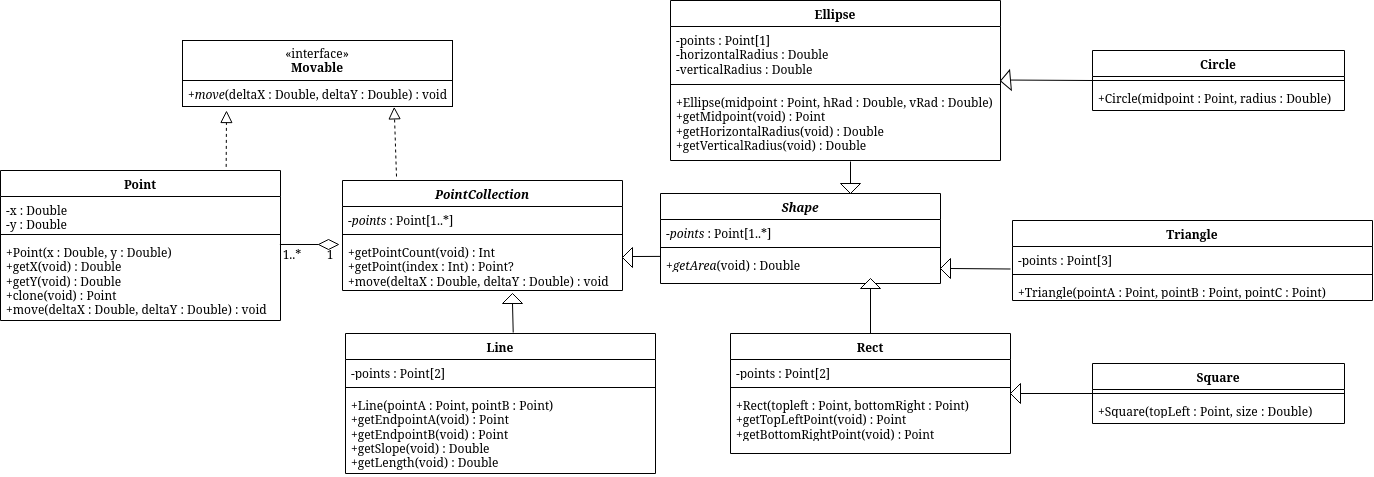
Before: UML.png, a diagram exported from draw.io (BrodySteidley/cs5700.1). Source tidied: cells renumbered, new cells last; positions are measured from the earlier drawing's top-left corner, leaving out a move shared by most shapes.
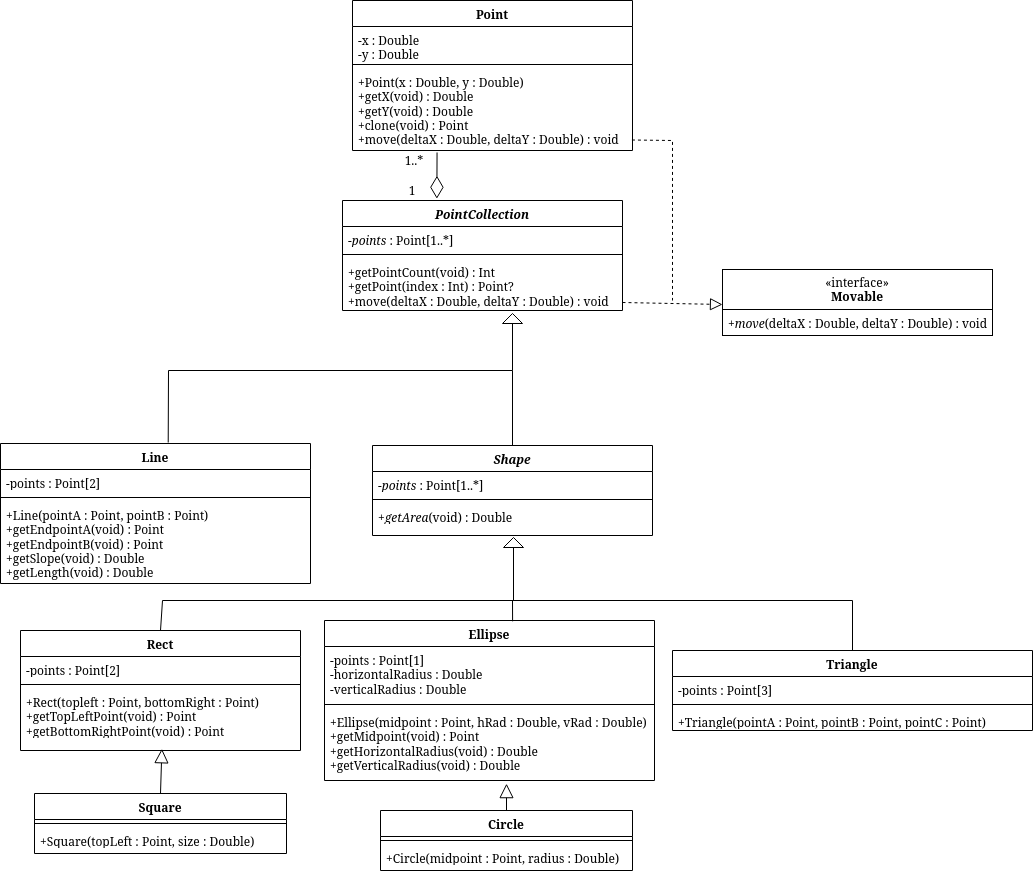
The same diagram one commit later.

Commit message:
reformat UML

Change to the diagram source:
```diff
@@ -3,7 +3,7 @@
     <mxCell id="0" />
     <mxCell id="1" parent="0" />
     <mxCell id="2" value="Point" style="swimlane;fontStyle=1;align=center;verticalAlign=top;horizontal=1;startSize=26;whiteSpace=wrap;html=1;" parent="1" vertex="1">
-      <mxGeometry y="170" width="280" height="150" as="geometry" />
+      <mxGeometry x="352" y="-20" width="280" height="150" as="geometry" />
     </mxCell>
     <mxCell id="3" value="&lt;div&gt;-x : Double&lt;/div&gt;&lt;div&gt;-y : Double&lt;/div&gt;" style="text;strokeColor=none;fillColor=none;align=left;verticalAlign=top;spacingLeft=4;spacingRight=4;overflow=hidden;whiteSpace=wrap;html=1;" parent="2" vertex="1">
       <mxGeometry y="26" width="280" height="34" as="geometry" />
@@ -15,7 +15,7 @@
       <mxGeometry y="68" width="280" height="82" as="geometry" />
     </mxCell>
     <mxCell id="6" value="Line" style="swimlane;fontStyle=1;align=center;verticalAlign=top;horizontal=1;startSize=26;whiteSpace=wrap;html=1;" parent="1" vertex="1">
-      <mxGeometry x="345" y="333" width="310" height="140" as="geometry" />
+      <mxGeometry y="423" width="310" height="140" as="geometry" />
     </mxCell>
     <mxCell id="7" value="-points : Point[2]" style="text;strokeColor=none;fillColor=none;align=left;verticalAlign=top;spacingLeft=4;spacingRight=4;overflow=hidden;whiteSpace=wrap;html=1;" parent="6" vertex="1">
       <mxGeometry y="26" width="310" height="24" as="geometry" />
@@ -27,7 +27,7 @@
       <mxGeometry y="58" width="310" height="82" as="geometry" />
     </mxCell>
     <mxCell id="10" value="Rect" style="swimlane;fontStyle=1;align=center;verticalAlign=top;horizontal=1;startSize=26;whiteSpace=wrap;html=1;" parent="1" vertex="1">
-      <mxGeometry x="730" y="333" width="280" height="120" as="geometry" />
+      <mxGeometry x="20" y="610" width="280" height="120" as="geometry" />
     </mxCell>
     <mxCell id="11" value="-points : Point[2]" style="text;strokeColor=none;fillColor=none;align=left;verticalAlign=top;spacingLeft=4;spacingRight=4;overflow=hidden;whiteSpace=wrap;html=1;" parent="10" vertex="1">
       <mxGeometry y="26" width="280" height="24" as="geometry" />
@@ -38,22 +38,16 @@
     <mxCell id="13" value="&lt;div&gt;+Rect(topleft : Point, bottomRight : Point)&lt;/div&gt;&lt;div&gt;+getTopLeftPoint(void) : Point&lt;/div&gt;&lt;div&gt;+getBottomRightPoint(void) : Point&lt;/div&gt;" style="text;strokeColor=none;fillColor=none;align=left;verticalAlign=top;spacingLeft=4;spacingRight=4;overflow=hidden;points=[[0,0.5],[1,0.5]];portConstraint=eastwest;whiteSpace=wrap;html=1;" parent="10" vertex="1">
       <mxGeometry y="58" width="280" height="62" as="geometry" />
     </mxCell>
-    <mxCell id="14" style="rhombus;whiteSpace=wrap;html=1;direction=west;" parent="1" vertex="1">
-      <mxGeometry x="318" y="239" width="20" height="10" as="geometry" />
-    </mxCell>
-    <mxCell id="15" style="endArrow=none;html=1;rounded=0;entryX=1;entryY=0.5;entryDx=0;entryDy=0;exitX=1.005;exitY=1.068;exitDx=0;exitDy=0;exitPerimeter=0;" parent="1" edge="1" target="14">
-      <mxGeometry relative="1" as="geometry">
-        <mxPoint x="279.4" y="244" as="sourcePoint" />
-      </mxGeometry>
+    <mxCell id="15" style="endArrow=diamondThin;html=1;rounded=0;entryX=0.337;entryY=-0.016;entryDx=0;entryDy=0;exitX=0.302;exitY=1.024;exitDx=0;exitDy=0;exitPerimeter=0;entryPerimeter=0;endFill=0;endSize=20;" parent="1" edge="1" source="5" target="46">
+      <mxGeometry relative="1" as="geometry" />
     </mxCell>
-    <mxCell id="16" style="triangle;whiteSpace=wrap;html=1;direction=west;" parent="1" vertex="1">
-      <mxGeometry x="1010" y="383" width="10" height="20" as="geometry" />
-    </mxCell>
-    <mxCell id="17" style="endArrow=none;html=1;rounded=0;exitX=0;exitY=0.5;exitDx=0;exitDy=0;entryX=0;entryY=0.5;entryDx=0;entryDy=0;" parent="1" edge="1" source="43" target="16">
-      <mxGeometry relative="1" as="geometry" />
+    <mxCell id="17" style="endArrow=block;html=1;rounded=0;exitX=0.5;exitY=0;exitDx=0;exitDy=0;entryX=0.505;entryY=0.972;entryDx=0;entryDy=0;entryPerimeter=0;endFill=0;endSize=12;" parent="1" edge="1" target="13">
+      <mxGeometry relative="1" as="geometry">
+        <mxPoint x="160" y="773" as="sourcePoint" />
+      </mxGeometry>
     </mxCell>
     <mxCell id="18" value="&lt;div&gt;Ellipse&lt;/div&gt;&lt;div&gt;&lt;br&gt;&lt;/div&gt;" style="swimlane;fontStyle=1;align=center;verticalAlign=top;horizontal=1;startSize=26;whiteSpace=wrap;html=1;" parent="1" vertex="1">
-      <mxGeometry x="670" width="330" height="160" as="geometry" />
+      <mxGeometry x="324" y="600" width="330" height="160" as="geometry" />
     </mxCell>
     <mxCell id="19" value="&lt;div&gt;-points : Point[1]&lt;/div&gt;&lt;div&gt;-horizontalRadius : Double&lt;/div&gt;&lt;div&gt;-verticalRadius : Double&lt;/div&gt;" style="text;strokeColor=none;fillColor=none;align=left;verticalAlign=top;spacingLeft=4;spacingRight=4;overflow=hidden;whiteSpace=wrap;html=1;" parent="18" vertex="1">
       <mxGeometry y="26" width="330" height="54" as="geometry" />
@@ -64,14 +58,8 @@
     <mxCell id="21" value="&lt;div&gt;+Ellipse(midpoint : Point, hRad : Double, vRad : Double)&lt;/div&gt;&lt;div&gt;+getMidpoint(void) : Point&lt;div&gt;&lt;/div&gt;&lt;div&gt;+getHorizontalRadius(void) : Double&lt;/div&gt;&lt;/div&gt;&lt;div&gt;+getVerticalRadius(void) : Double&lt;/div&gt;" style="text;strokeColor=none;fillColor=none;align=left;verticalAlign=top;spacingLeft=4;spacingRight=4;overflow=hidden;points=[[0,0.5],[1,0.5]];portConstraint=eastwest;whiteSpace=wrap;html=1;" parent="18" vertex="1">
       <mxGeometry y="88" width="330" height="72" as="geometry" />
     </mxCell>
-    <mxCell id="22" style="endArrow=none;html=1;rounded=0;exitX=0;exitY=0.5;exitDx=0;exitDy=0;entryX=0;entryY=0.5;entryDx=0;entryDy=0;" parent="1" edge="1" source="36" target="23">
-      <mxGeometry relative="1" as="geometry" />
-    </mxCell>
-    <mxCell id="23" style="triangle;whiteSpace=wrap;html=1;rotation=-5;direction=west;" parent="1" vertex="1">
-      <mxGeometry x="1000" y="70" width="10" height="20" as="geometry" />
-    </mxCell>
     <mxCell id="24" value="&lt;i&gt;Shape&lt;/i&gt;" style="swimlane;fontStyle=1;align=center;verticalAlign=top;horizontal=1;startSize=26;whiteSpace=wrap;html=1;" parent="1" vertex="1">
-      <mxGeometry x="660" y="193" width="280" height="90" as="geometry" />
+      <mxGeometry x="372" y="425" width="280" height="90" as="geometry" />
     </mxCell>
     <mxCell id="25" value="&lt;div&gt;-&lt;i&gt;points&lt;/i&gt; : Point[1..*]&lt;/div&gt;" style="text;strokeColor=none;fillColor=none;align=left;verticalAlign=top;spacingLeft=4;spacingRight=4;overflow=hidden;whiteSpace=wrap;html=1;" parent="24" vertex="1">
       <mxGeometry y="26" width="280" height="24" as="geometry" />
@@ -82,36 +70,17 @@
     <mxCell id="27" value="&lt;div&gt;+&lt;i&gt;getArea&lt;/i&gt;(void) : Double&lt;/div&gt;" style="text;strokeColor=none;fillColor=none;align=left;verticalAlign=top;spacingLeft=4;spacingRight=4;overflow=hidden;points=[[0,0.5],[1,0.5]];portConstraint=eastwest;whiteSpace=wrap;html=1;" parent="24" vertex="1">
       <mxGeometry y="58" width="280" height="32" as="geometry" />
     </mxCell>
-    <mxCell id="28" style="endArrow=none;html=1;rounded=0;exitX=0.5;exitY=0;exitDx=0;exitDy=0;entryX=0;entryY=0.5;entryDx=0;entryDy=0;" parent="1" edge="1" source="10" target="29">
-      <mxGeometry relative="1" as="geometry" />
-    </mxCell>
     <mxCell id="29" style="triangle;whiteSpace=wrap;html=1;direction=north;" parent="1" vertex="1">
-      <mxGeometry x="860" y="278" width="20" height="10" as="geometry" />
+      <mxGeometry x="503" y="517" width="20" height="10" as="geometry" />
     </mxCell>
-    <mxCell id="30" style="endArrow=none;html=1;rounded=0;exitX=0;exitY=0.5;exitDx=0;exitDy=0;entryX=0;entryY=0.5;entryDx=0;entryDy=0;" parent="1" edge="1" target="31">
-      <mxGeometry relative="1" as="geometry">
-        <mxPoint x="1010" y="268.5" as="sourcePoint" />
-      </mxGeometry>
-    </mxCell>
-    <mxCell id="31" style="triangle;whiteSpace=wrap;html=1;direction=west;" parent="1" vertex="1">
-      <mxGeometry x="940" y="258" width="10" height="20" as="geometry" />
-    </mxCell>
-    <mxCell id="32" style="endArrow=none;html=1;rounded=0;entryX=0;entryY=0.5;entryDx=0;entryDy=0;" parent="1" edge="1" target="33">
-      <mxGeometry relative="1" as="geometry">
-        <mxPoint x="850" y="161" as="sourcePoint" />
-      </mxGeometry>
-    </mxCell>
-    <mxCell id="33" style="triangle;whiteSpace=wrap;html=1;direction=south;" parent="1" vertex="1">
-      <mxGeometry x="840" y="183" width="20" height="10" as="geometry" />
-    </mxCell>
     <mxCell id="34" value="1..*" style="text;html=1;whiteSpace=wrap;strokeColor=none;fillColor=none;align=center;verticalAlign=middle;rounded=0;" parent="1" vertex="1">
-      <mxGeometry x="262" y="239" width="60" height="30" as="geometry" />
+      <mxGeometry x="384" y="125" width="60" height="30" as="geometry" />
     </mxCell>
     <mxCell id="35" value="1" style="text;html=1;whiteSpace=wrap;strokeColor=none;fillColor=none;align=center;verticalAlign=middle;rounded=0;" parent="1" vertex="1">
-      <mxGeometry x="300" y="239" width="60" height="30" as="geometry" />
+      <mxGeometry x="382" y="155" width="60" height="30" as="geometry" />
     </mxCell>
     <mxCell id="36" value="Circle" style="swimlane;fontStyle=1;align=center;verticalAlign=top;horizontal=1;startSize=26;whiteSpace=wrap;html=1;" parent="1" vertex="1">
-      <mxGeometry x="1092" y="50" width="252" height="60" as="geometry" />
+      <mxGeometry x="380" y="790" width="252" height="60" as="geometry" />
     </mxCell>
     <mxCell id="37" style="line;strokeWidth=1;fillColor=none;align=left;verticalAlign=middle;spacingTop=-1;spacingLeft=3;spacingRight=3;labelPosition=right;strokeColor=inherit;" parent="36" vertex="1">
       <mxGeometry y="26" width="252" height="8" as="geometry" />
@@ -120,7 +89,7 @@
       <mxGeometry y="34" width="252" height="26" as="geometry" />
     </mxCell>
     <mxCell id="39" value="Triangle" style="swimlane;fontStyle=1;align=center;verticalAlign=top;horizontal=1;startSize=26;whiteSpace=wrap;html=1;" parent="1" vertex="1">
-      <mxGeometry x="1012" y="220" width="360" height="80" as="geometry" />
+      <mxGeometry x="672" y="630" width="360" height="80" as="geometry" />
     </mxCell>
     <mxCell id="40" value="-points : Point[3]" style="text;strokeColor=none;fillColor=none;align=left;verticalAlign=top;spacingLeft=4;spacingRight=4;overflow=hidden;whiteSpace=wrap;html=1;" parent="39" vertex="1">
       <mxGeometry y="26" width="360" height="24" as="geometry" />
@@ -132,7 +101,7 @@
       <mxGeometry y="58" width="360" height="22" as="geometry" />
     </mxCell>
     <mxCell id="43" value="Square" style="swimlane;fontStyle=1;align=center;verticalAlign=top;horizontal=1;startSize=26;whiteSpace=wrap;html=1;" parent="1" vertex="1">
-      <mxGeometry x="1092" y="363" width="252" height="60" as="geometry" />
+      <mxGeometry x="34" y="773" width="252" height="60" as="geometry" />
     </mxCell>
     <mxCell id="44" style="line;strokeWidth=1;fillColor=none;align=left;verticalAlign=middle;spacingTop=-1;spacingLeft=3;spacingRight=3;labelPosition=right;strokeColor=inherit;" parent="43" vertex="1">
       <mxGeometry y="26" width="252" height="8" as="geometry" />
@@ -155,32 +124,66 @@
     <mxCell id="50" style="triangle;whiteSpace=wrap;html=1;direction=north;" parent="1" vertex="1">
       <mxGeometry x="502" y="293" width="20" height="10" as="geometry" />
     </mxCell>
-    <mxCell id="51" style="triangle;whiteSpace=wrap;html=1;direction=west;" parent="1" vertex="1">
-      <mxGeometry x="622" y="247" width="10" height="20" as="geometry" />
-    </mxCell>
     <mxCell id="52" style="endArrow=none;rounded=0;entryX=0;entryY=0.5;entryDx=0;entryDy=0;exitX=0.541;exitY=-0.007;exitDx=0;exitDy=0;exitPerimeter=0;" parent="1" edge="1" source="6" target="50">
-      <mxGeometry relative="1" as="geometry" />
+      <mxGeometry relative="1" as="geometry">
+        <Array as="points">
+          <mxPoint x="168" y="350" />
+          <mxPoint x="512" y="350" />
+        </Array>
+      </mxGeometry>
     </mxCell>
     <mxCell id="53" value="&lt;div&gt;«interface»&lt;b&gt;&lt;br&gt;&lt;/b&gt;&lt;/div&gt;&lt;div&gt;&lt;b&gt;Movable&lt;/b&gt;&lt;/div&gt;" style="html=1;whiteSpace=wrap;" parent="1" vertex="1">
-      <mxGeometry x="182" y="40" width="270" height="40" as="geometry" />
+      <mxGeometry x="722" y="249" width="270" height="40" as="geometry" />
     </mxCell>
     <mxCell id="54" value="&lt;div&gt;+&lt;i&gt;move&lt;/i&gt;(deltaX : Double, deltaY : Double) : void&lt;/div&gt;&lt;div&gt;&lt;br&gt;&lt;/div&gt;" style="text;strokeColor=black;fillColor=none;align=left;verticalAlign=top;spacingLeft=4;spacingRight=4;overflow=hidden;points=[[0,0.5],[1,0.5]];portConstraint=eastwest;whiteSpace=wrap;html=1;" parent="1" vertex="1">
-      <mxGeometry x="182" y="80" width="270" height="26" as="geometry" />
+      <mxGeometry x="722" y="289" width="270" height="26" as="geometry" />
     </mxCell>
-    <mxCell id="55" style="html=1;labelBackgroundColor=#ffffff;startArrow=none;startFill=0;startSize=6;endArrow=block;endFill=0;endSize=10;jettySize=auto;strokeWidth=1;dashed=1;fontSize=14;rounded=0;exitX=0.806;exitY=-0.024;exitDx=0;exitDy=0;exitPerimeter=0;targetPerimeterSpacing=0;" parent="1" edge="1" source="2">
-      <mxGeometry relative="1" as="geometry">
-        <mxPoint x="226" y="110" as="targetPoint" />
-      </mxGeometry>
-    </mxCell>
-    <mxCell id="56" style="html=1;labelBackgroundColor=#ffffff;startArrow=none;startFill=0;startSize=6;endArrow=block;endFill=0;endSize=10;jettySize=auto;strokeWidth=1;dashed=1;fontSize=14;rounded=0;exitX=0.806;exitY=-0.024;exitDx=0;exitDy=0;exitPerimeter=0;entryX=0.784;entryY=1.013;entryDx=0;entryDy=0;entryPerimeter=0;" parent="1" edge="1" target="54">
+    <mxCell id="56" style="html=1;labelBackgroundColor=#ffffff;startArrow=none;startFill=0;startSize=6;endArrow=block;endFill=0;endSize=10;jettySize=auto;orthogonalLoop=1;strokeWidth=1;dashed=1;fontSize=14;rounded=0;exitX=1;exitY=0.5;exitDx=0;exitDy=0;" parent="1" edge="1">
       <mxGeometry relative="1" as="geometry">
-        <mxPoint x="396" y="176" as="sourcePoint" />
+        <mxPoint x="622" y="282" as="sourcePoint" />
+        <mxPoint x="722" y="284" as="targetPoint" />
       </mxGeometry>
     </mxCell>
-    <mxCell id="57" style="endArrow=none;html=1;rounded=0;exitX=0;exitY=0.153;exitDx=0;exitDy=0;exitPerimeter=0;" parent="1" edge="1" source="27">
-      <mxGeometry relative="1" as="geometry">
-        <mxPoint x="632" y="256" as="targetPoint" />
-      </mxGeometry>
-    </mxCell>
+    <mxCell id="58" style="endArrow=none;html=1;rounded=0;entryX=0.5;entryY=0;entryDx=0;entryDy=0;" parent="1" edge="1" target="24">
+      <mxGeometry relative="1" as="geometry">
+        <mxPoint x="512" y="350" as="sourcePoint" />
+      </mxGeometry>
+    </mxCell>
+    <mxCell id="28" style="endArrow=none;html=1;rounded=0;entryX=0;entryY=0.5;entryDx=0;entryDy=0;exitX=0.5;exitY=0;exitDx=0;exitDy=0;" parent="1" edge="1" source="10" target="29">
+      <mxGeometry relative="1" as="geometry">
+        <Array as="points">
+          <mxPoint x="162" y="580" />
+          <mxPoint x="513" y="580" />
+        </Array>
+      </mxGeometry>
+    </mxCell>
+    <mxCell id="59" style="endArrow=none;html=1;rounded=0;entryX=0.5;entryY=0;entryDx=0;entryDy=0;" parent="1" edge="1" target="39">
+      <mxGeometry relative="1" as="geometry">
+        <mxPoint x="512" y="580" as="sourcePoint" />
+        <Array as="points">
+          <mxPoint x="852" y="580" />
+        </Array>
+      </mxGeometry>
+    </mxCell>
+    <mxCell id="60" style="endArrow=none;html=1;rounded=0;entryX=0.57;entryY=0.005;entryDx=0;entryDy=0;entryPerimeter=0;" parent="1" edge="1" target="18">
+      <mxGeometry relative="1" as="geometry">
+        <mxPoint x="512" y="580" as="sourcePoint" />
+      </mxGeometry>
+    </mxCell>
+    <mxCell id="61" style="endArrow=none;dashed=1;html=1;rounded=0;exitX=0.998;exitY=0.872;exitDx=0;exitDy=0;exitPerimeter=0;" parent="1" edge="1" source="5">
+      <mxGeometry relative="1" as="geometry">
+        <mxPoint x="672" y="280" as="targetPoint" />
+        <Array as="points">
+          <mxPoint x="672" y="120" />
+        </Array>
+      </mxGeometry>
+    </mxCell>
+    <mxCell id="62" style="edgeStyle=orthogonalEdgeStyle;rounded=0;jettySize=auto;html=1;exitX=0.5;exitY=0;exitDx=0;exitDy=0;entryX=0.549;entryY=1.045;entryDx=0;entryDy=0;entryPerimeter=0;endArrow=block;endFill=0;endSize=12;" parent="1" edge="1" source="36" target="21">
+      <mxGeometry relative="1" as="geometry">
+        <Array as="points">
+          <mxPoint x="506" y="763" />
+        </Array>
+      </mxGeometry>
+    </mxCell>
   </root>
 </mxGraphModel>
```
